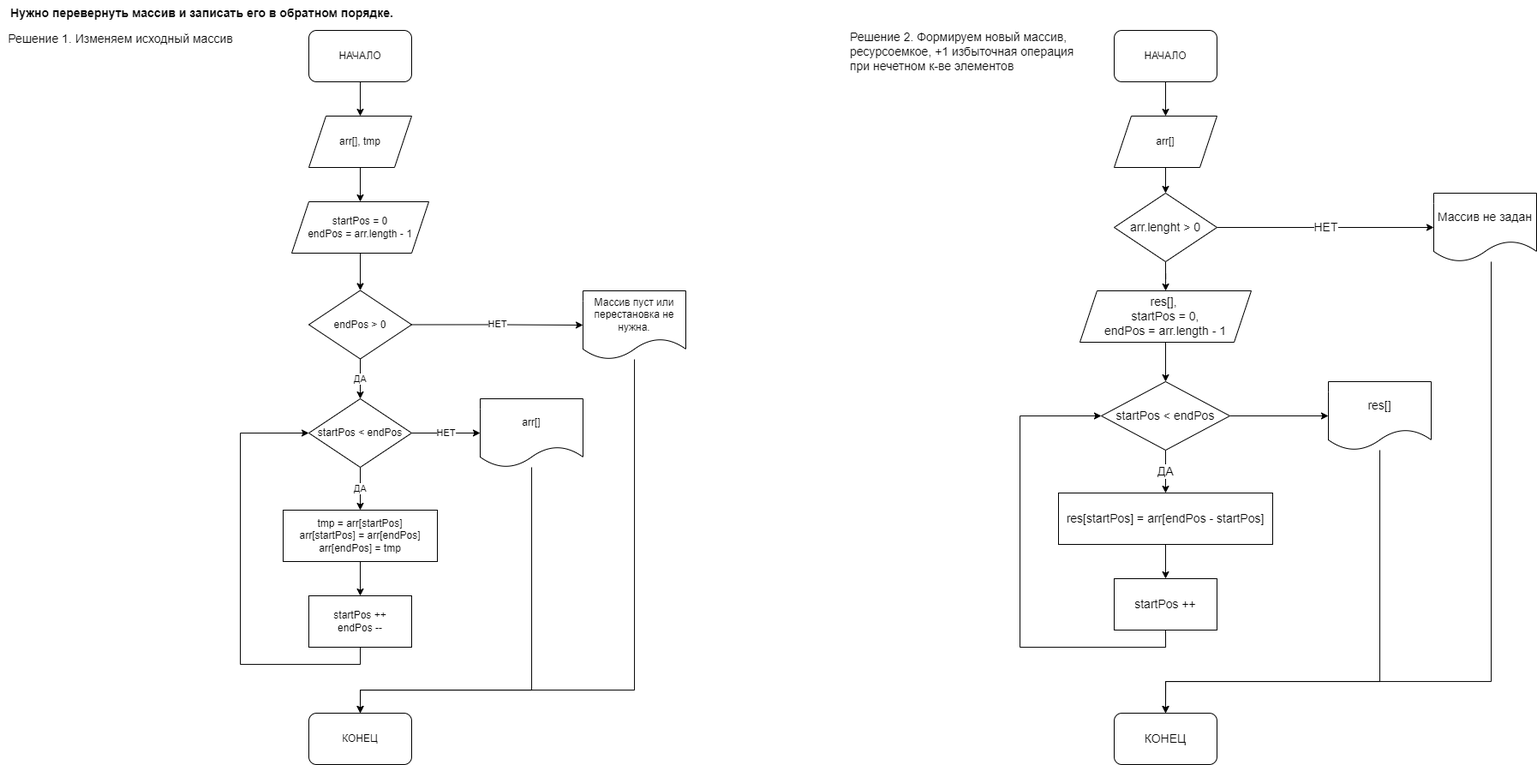
Above: Algorytm/Lesson_02/Task_02/Z2.task2.drawio.png in jokerjam-s/GeekBrainst (draw.io), before the change. Source tidied: cells renumbered, new cells last; positions are measured from the earlier drawing's top-left corner, leaving out a move shared by most shapes. Its diagram source:
```xml
<mxGraphModel background="#ffffff">
  <root>
    <mxCell id="0" />
    <mxCell id="1" parent="0" />
    <mxCell id="2" style="edgeStyle=orthogonalEdgeStyle;rounded=0;jettySize=auto;html=1;exitX=0.5;exitY=1;exitDx=0;exitDy=0;entryX=0.5;entryY=0;entryDx=0;entryDy=0;" parent="1" edge="1" source="3" target="5">
      <mxGeometry relative="1" as="geometry" />
    </mxCell>
    <mxCell id="3" value="НАЧАЛО" style="rounded=1;whiteSpace=wrap;html=1;" parent="1" vertex="1">
      <mxGeometry x="360" y="35" width="120" height="60" as="geometry" />
    </mxCell>
    <mxCell id="4" style="edgeStyle=orthogonalEdgeStyle;rounded=0;jettySize=auto;html=1;exitX=0.5;exitY=1;exitDx=0;exitDy=0;entryX=0.5;entryY=0;entryDx=0;entryDy=0;" parent="1" edge="1" source="5" target="7">
      <mxGeometry relative="1" as="geometry" />
    </mxCell>
    <mxCell id="5" value="arr[], tmp" style="shape=parallelogram;perimeter=parallelogramPerimeter;whiteSpace=wrap;html=1;fixedSize=1;" parent="1" vertex="1">
      <mxGeometry x="360" y="135" width="120" height="60" as="geometry" />
    </mxCell>
    <mxCell id="6" style="edgeStyle=orthogonalEdgeStyle;rounded=0;jettySize=auto;html=1;exitX=0.5;exitY=1;exitDx=0;exitDy=0;entryX=0.5;entryY=0;entryDx=0;entryDy=0;" parent="1" edge="1" source="7" target="10">
      <mxGeometry relative="1" as="geometry" />
    </mxCell>
    <mxCell id="7" value="startPos = 0&lt;br&gt;endPos = arr.length - 1" style="shape=parallelogram;perimeter=parallelogramPerimeter;whiteSpace=wrap;html=1;fixedSize=1;" parent="1" vertex="1">
      <mxGeometry x="340" y="235" width="160" height="60" as="geometry" />
    </mxCell>
    <mxCell id="8" value="НЕТ" style="edgeStyle=orthogonalEdgeStyle;rounded=0;jettySize=auto;html=1;exitX=1;exitY=0.5;exitDx=0;exitDy=0;entryX=0;entryY=0.5;entryDx=0;entryDy=0;" parent="1" edge="1" source="10" target="12">
      <mxGeometry relative="1" as="geometry" />
    </mxCell>
    <mxCell id="9" value="ДА" style="edgeStyle=orthogonalEdgeStyle;rounded=0;jettySize=auto;html=1;exitX=0.5;exitY=1;exitDx=0;exitDy=0;entryX=0.5;entryY=0;entryDx=0;entryDy=0;" parent="1" edge="1" source="10" target="15">
      <mxGeometry relative="1" as="geometry" />
    </mxCell>
    <mxCell id="10" value="endPos &amp;gt; 0" style="rhombus;whiteSpace=wrap;html=1;" parent="1" vertex="1">
      <mxGeometry x="360" y="338.5" width="120" height="80" as="geometry" />
    </mxCell>
    <mxCell id="11" style="edgeStyle=orthogonalEdgeStyle;rounded=0;jettySize=auto;html=1;entryX=0.5;entryY=0;entryDx=0;entryDy=0;" parent="1" edge="1" source="12" target="22">
      <mxGeometry relative="1" as="geometry">
        <Array as="points">
          <mxPoint x="740" y="805" />
          <mxPoint x="420" y="805" />
        </Array>
      </mxGeometry>
    </mxCell>
    <mxCell id="12" value="Массив пуст или перестановка не нужна." style="shape=document;whiteSpace=wrap;html=1;boundedLbl=1;" parent="1" vertex="1">
      <mxGeometry x="680" y="339" width="120" height="80" as="geometry" />
    </mxCell>
    <mxCell id="13" value="НЕТ" style="edgeStyle=orthogonalEdgeStyle;rounded=0;jettySize=auto;html=1;exitX=1;exitY=0.5;exitDx=0;exitDy=0;entryX=0;entryY=0.5;entryDx=0;entryDy=0;" parent="1" edge="1" source="15" target="17">
      <mxGeometry relative="1" as="geometry" />
    </mxCell>
    <mxCell id="14" value="ДА" style="edgeStyle=orthogonalEdgeStyle;rounded=0;jettySize=auto;html=1;exitX=0.5;exitY=1;exitDx=0;exitDy=0;entryX=0.5;entryY=0;entryDx=0;entryDy=0;" parent="1" edge="1" source="15" target="19">
      <mxGeometry relative="1" as="geometry" />
    </mxCell>
    <mxCell id="15" value="startPos &amp;lt; endPos" style="rhombus;whiteSpace=wrap;html=1;" parent="1" vertex="1">
      <mxGeometry x="360" y="465" width="120" height="80" as="geometry" />
    </mxCell>
    <mxCell id="16" style="edgeStyle=orthogonalEdgeStyle;rounded=0;jettySize=auto;html=1;entryX=0.5;entryY=0;entryDx=0;entryDy=0;" parent="1" edge="1" source="17" target="22">
      <mxGeometry relative="1" as="geometry">
        <Array as="points">
          <mxPoint x="620" y="805" />
          <mxPoint x="420" y="805" />
        </Array>
      </mxGeometry>
    </mxCell>
    <mxCell id="17" value="arr[]" style="shape=document;whiteSpace=wrap;html=1;boundedLbl=1;" parent="1" vertex="1">
      <mxGeometry x="560" y="465" width="120" height="80" as="geometry" />
    </mxCell>
    <mxCell id="18" style="edgeStyle=orthogonalEdgeStyle;rounded=0;jettySize=auto;html=1;exitX=0.5;exitY=1;exitDx=0;exitDy=0;entryX=0.5;entryY=0;entryDx=0;entryDy=0;" parent="1" edge="1" source="19" target="21">
      <mxGeometry relative="1" as="geometry" />
    </mxCell>
    <mxCell id="19" value="tmp = arr[startPos]&lt;br&gt;arr[startPos] = arr[endPos]&lt;br&gt;arr[endPos] = tmp" style="rounded=0;whiteSpace=wrap;html=1;" parent="1" vertex="1">
      <mxGeometry x="330" y="595" width="180" height="60" as="geometry" />
    </mxCell>
    <mxCell id="20" style="edgeStyle=orthogonalEdgeStyle;rounded=0;jettySize=auto;html=1;exitX=0.5;exitY=1;exitDx=0;exitDy=0;entryX=0;entryY=0.5;entryDx=0;entryDy=0;" parent="1" edge="1" source="21" target="15">
      <mxGeometry relative="1" as="geometry">
        <Array as="points">
          <mxPoint x="420" y="775" />
          <mxPoint x="280" y="775" />
          <mxPoint x="280" y="505" />
        </Array>
      </mxGeometry>
    </mxCell>
    <mxCell id="21" value="startPos ++&lt;br&gt;endPos --" style="rounded=0;whiteSpace=wrap;html=1;" parent="1" vertex="1">
      <mxGeometry x="360" y="695" width="120" height="60" as="geometry" />
    </mxCell>
    <mxCell id="22" value="КОНЕЦ" style="rounded=1;whiteSpace=wrap;html=1;" parent="1" vertex="1">
      <mxGeometry x="360" y="832" width="120" height="60" as="geometry" />
    </mxCell>
    <mxCell id="23" value="&lt;span style=&quot;background-color: rgb(255, 255, 255); font-size: 14px;&quot;&gt;Нужно перевернуть массив и записать его в обратном порядке.&lt;/span&gt;" style="text;html=1;align=center;verticalAlign=middle;strokeColor=none;fillColor=none;sketch=0;fontStyle=1;spacing=4;fontSize=14;" parent="1" vertex="1">
      <mxGeometry width="470" height="30" as="geometry" />
    </mxCell>
    <mxCell id="24" value="Решение 1. Изменяем исходный массив" style="text;html=1;align=center;verticalAlign=middle;fillColor=none;strokeColor=none;rounded=0;labelBackgroundColor=#FFFFFF;sketch=0;fontSize=14;fontColor=#000000;" parent="1" vertex="1">
      <mxGeometry y="35" width="280" height="20" as="geometry" />
    </mxCell>
    <mxCell id="25" value="Решение 2. Формируем&amp;nbsp;новый массив,&lt;br&gt;&lt;div&gt;ресурсоемкое, +1 избыточная операция &lt;br&gt;при нечетном к-ве элементов&lt;/div&gt;" style="text;html=1;align=left;verticalAlign=middle;fillColor=none;strokeColor=none;rounded=0;labelBackgroundColor=#FFFFFF;sketch=0;fontSize=14;fontColor=#000000;" parent="1" vertex="1">
      <mxGeometry x="990" y="30" width="280" height="60" as="geometry" />
    </mxCell>
    <mxCell id="26" style="edgeStyle=orthogonalEdgeStyle;rounded=0;jettySize=auto;html=1;exitX=0.5;exitY=1;exitDx=0;exitDy=0;fontSize=14;fontColor=#000000;" parent="1" edge="1" source="27" target="29">
      <mxGeometry relative="1" as="geometry" />
    </mxCell>
    <mxCell id="27" value="НАЧАЛО" style="rounded=1;whiteSpace=wrap;html=1;" parent="1" vertex="1">
      <mxGeometry x="1300" y="35" width="120" height="60" as="geometry" />
    </mxCell>
    <mxCell id="28" style="edgeStyle=orthogonalEdgeStyle;rounded=0;jettySize=auto;html=1;exitX=0.5;exitY=1;exitDx=0;exitDy=0;entryX=0.5;entryY=0;entryDx=0;entryDy=0;fontSize=14;fontColor=#000000;" parent="1" edge="1" source="29" target="32">
      <mxGeometry relative="1" as="geometry" />
    </mxCell>
    <mxCell id="29" value="arr[]" style="shape=parallelogram;perimeter=parallelogramPerimeter;whiteSpace=wrap;html=1;fixedSize=1;" parent="1" vertex="1">
      <mxGeometry x="1300" y="135" width="120" height="60" as="geometry" />
    </mxCell>
    <mxCell id="30" value="НЕТ" style="edgeStyle=orthogonalEdgeStyle;rounded=0;jettySize=auto;html=1;exitX=1;exitY=0.5;exitDx=0;exitDy=0;entryX=0;entryY=0.5;entryDx=0;entryDy=0;fontSize=14;fontColor=#000000;" parent="1" edge="1" source="32" target="34">
      <mxGeometry relative="1" as="geometry" />
    </mxCell>
    <mxCell id="31" style="edgeStyle=orthogonalEdgeStyle;rounded=0;jettySize=auto;html=1;exitX=0.5;exitY=1;exitDx=0;exitDy=0;fontSize=14;fontColor=#000000;" parent="1" edge="1" source="32" target="36">
      <mxGeometry relative="1" as="geometry" />
    </mxCell>
    <mxCell id="32" value="arr.lenght &amp;gt; 0" style="rhombus;whiteSpace=wrap;html=1;labelBackgroundColor=#FFFFFF;sketch=0;fontSize=14;fontColor=#000000;" parent="1" vertex="1">
      <mxGeometry x="1300" y="225" width="120" height="80" as="geometry" />
    </mxCell>
    <mxCell id="33" style="edgeStyle=orthogonalEdgeStyle;rounded=0;jettySize=auto;html=1;entryX=0.5;entryY=0;entryDx=0;entryDy=0;fontSize=14;fontColor=#000000;" parent="1" edge="1" source="34" target="46">
      <mxGeometry relative="1" as="geometry">
        <Array as="points">
          <mxPoint x="1740" y="795" />
          <mxPoint x="1360" y="795" />
        </Array>
      </mxGeometry>
    </mxCell>
    <mxCell id="34" value="Массив не задан" style="shape=document;whiteSpace=wrap;html=1;boundedLbl=1;labelBackgroundColor=#FFFFFF;sketch=0;fontSize=14;fontColor=#000000;" parent="1" vertex="1">
      <mxGeometry x="1673" y="225" width="120" height="80" as="geometry" />
    </mxCell>
    <mxCell id="35" style="edgeStyle=orthogonalEdgeStyle;rounded=0;jettySize=auto;html=1;exitX=0.5;exitY=1;exitDx=0;exitDy=0;entryX=0.5;entryY=0;entryDx=0;entryDy=0;fontSize=14;fontColor=#000000;" parent="1" edge="1" source="36" target="39">
      <mxGeometry relative="1" as="geometry" />
    </mxCell>
    <mxCell id="36" value="res[],&amp;nbsp;&lt;br&gt;startPos = 0,&lt;br&gt;endPos = arr.length - 1" style="shape=parallelogram;perimeter=parallelogramPerimeter;whiteSpace=wrap;html=1;fixedSize=1;labelBackgroundColor=#FFFFFF;sketch=0;fontSize=14;fontColor=#000000;" parent="1" vertex="1">
      <mxGeometry x="1260" y="339" width="200" height="60" as="geometry" />
    </mxCell>
    <mxCell id="37" value="ДА" style="edgeStyle=orthogonalEdgeStyle;rounded=0;jettySize=auto;html=1;exitX=0.5;exitY=1;exitDx=0;exitDy=0;entryX=0.5;entryY=0;entryDx=0;entryDy=0;fontSize=14;fontColor=#000000;" parent="1" edge="1" source="39" target="41">
      <mxGeometry relative="1" as="geometry" />
    </mxCell>
    <mxCell id="38" style="edgeStyle=orthogonalEdgeStyle;rounded=0;jettySize=auto;html=1;exitX=1;exitY=0.5;exitDx=0;exitDy=0;fontSize=14;fontColor=#000000;" parent="1" edge="1" source="39" target="45">
      <mxGeometry relative="1" as="geometry" />
    </mxCell>
    <mxCell id="39" value="startPos &amp;lt; endPos" style="rhombus;whiteSpace=wrap;html=1;labelBackgroundColor=#FFFFFF;sketch=0;fontSize=14;fontColor=#000000;" parent="1" vertex="1">
      <mxGeometry x="1285" y="445" width="150" height="80" as="geometry" />
    </mxCell>
    <mxCell id="40" style="edgeStyle=orthogonalEdgeStyle;rounded=0;jettySize=auto;html=1;exitX=0.5;exitY=1;exitDx=0;exitDy=0;entryX=0.5;entryY=0;entryDx=0;entryDy=0;fontSize=14;fontColor=#000000;" parent="1" edge="1" source="41" target="43">
      <mxGeometry relative="1" as="geometry" />
    </mxCell>
    <mxCell id="41" value="res[startPos] = arr[endPos - startPos]" style="rounded=0;whiteSpace=wrap;html=1;labelBackgroundColor=#FFFFFF;sketch=0;fontSize=14;fontColor=#000000;" parent="1" vertex="1">
      <mxGeometry x="1235" y="575" width="250" height="60" as="geometry" />
    </mxCell>
    <mxCell id="42" style="edgeStyle=orthogonalEdgeStyle;rounded=0;jettySize=auto;html=1;exitX=0.5;exitY=1;exitDx=0;exitDy=0;entryX=0;entryY=0.5;entryDx=0;entryDy=0;fontSize=14;fontColor=#000000;" parent="1" edge="1" source="43" target="39">
      <mxGeometry relative="1" as="geometry">
        <Array as="points">
          <mxPoint x="1360" y="755" />
          <mxPoint x="1190" y="755" />
          <mxPoint x="1190" y="485" />
        </Array>
      </mxGeometry>
    </mxCell>
    <mxCell id="43" value="startPos ++" style="rounded=0;whiteSpace=wrap;html=1;labelBackgroundColor=#FFFFFF;sketch=0;fontSize=14;fontColor=#000000;" parent="1" vertex="1">
      <mxGeometry x="1300" y="675" width="120" height="60" as="geometry" />
    </mxCell>
    <mxCell id="44" style="edgeStyle=orthogonalEdgeStyle;rounded=0;jettySize=auto;html=1;entryX=0.5;entryY=0;entryDx=0;entryDy=0;fontSize=14;fontColor=#000000;" parent="1" edge="1" source="45" target="46">
      <mxGeometry relative="1" as="geometry">
        <Array as="points">
          <mxPoint x="1610" y="795" />
          <mxPoint x="1360" y="795" />
        </Array>
      </mxGeometry>
    </mxCell>
    <mxCell id="45" value="res[]" style="shape=document;whiteSpace=wrap;html=1;boundedLbl=1;labelBackgroundColor=#FFFFFF;sketch=0;fontSize=14;fontColor=#000000;" parent="1" vertex="1">
      <mxGeometry x="1550" y="445" width="120" height="80" as="geometry" />
    </mxCell>
    <mxCell id="46" value="КОНЕЦ" style="rounded=1;whiteSpace=wrap;html=1;labelBackgroundColor=#FFFFFF;sketch=0;fontSize=14;fontColor=#000000;" parent="1" vertex="1">
      <mxGeometry x="1300" y="832" width="120" height="60" as="geometry" />
    </mxCell>
  </root>
</mxGraphModel>
```
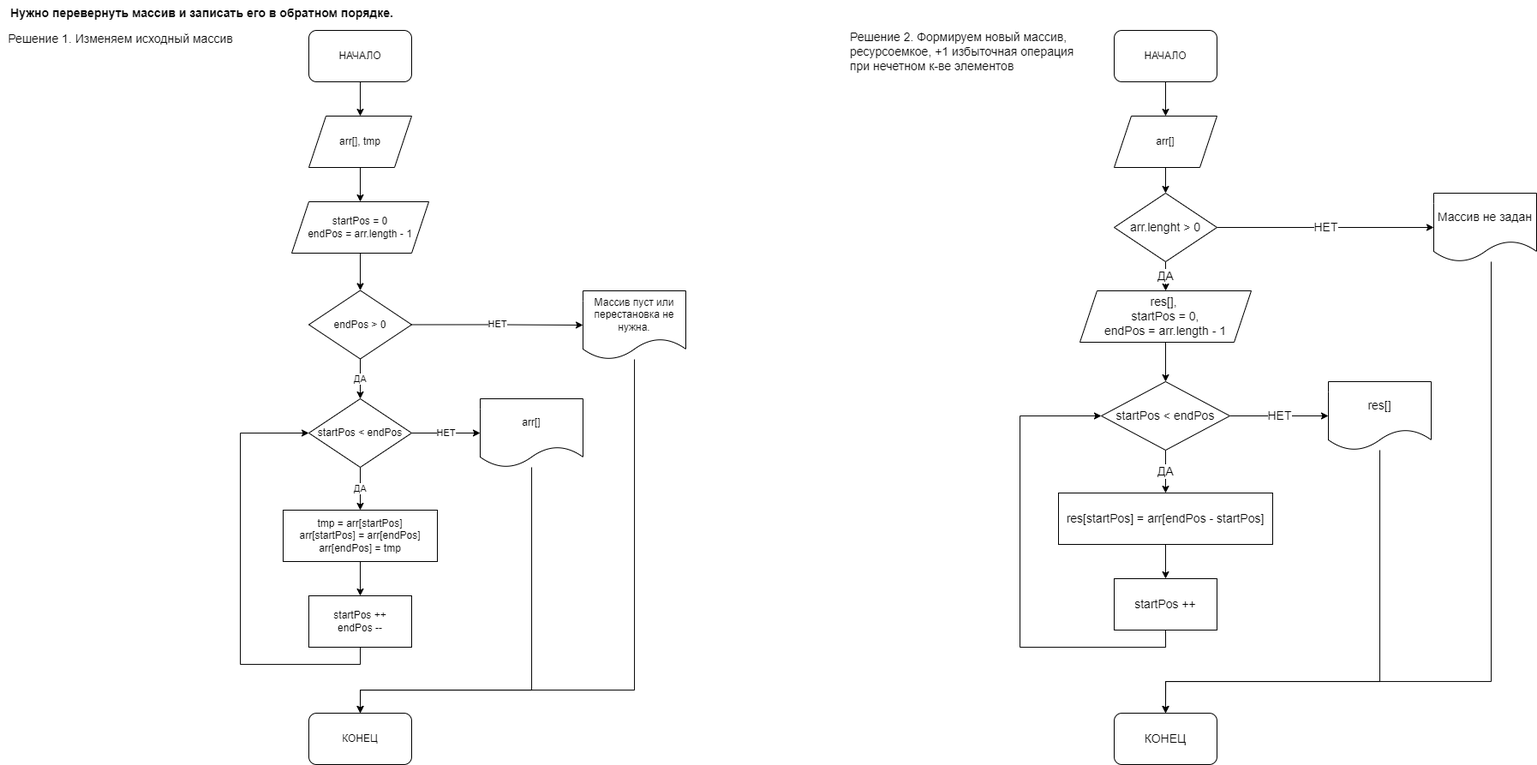
After the change.

What changed in the source:
```diff
@@ -105,7 +105,7 @@
     <mxCell id="30" value="НЕТ" style="edgeStyle=orthogonalEdgeStyle;rounded=0;jettySize=auto;html=1;exitX=1;exitY=0.5;exitDx=0;exitDy=0;entryX=0;entryY=0.5;entryDx=0;entryDy=0;fontSize=14;fontColor=#000000;" parent="1" edge="1" source="32" target="34">
       <mxGeometry relative="1" as="geometry" />
     </mxCell>
-    <mxCell id="31" style="edgeStyle=orthogonalEdgeStyle;rounded=0;jettySize=auto;html=1;exitX=0.5;exitY=1;exitDx=0;exitDy=0;fontSize=14;fontColor=#000000;" parent="1" edge="1" source="32" target="36">
+    <mxCell id="31" value="ДА" style="edgeStyle=orthogonalEdgeStyle;rounded=0;jettySize=auto;html=1;exitX=0.5;exitY=1;exitDx=0;exitDy=0;fontSize=14;fontColor=#000000;" parent="1" edge="1" source="32" target="36">
       <mxGeometry relative="1" as="geometry" />
     </mxCell>
     <mxCell id="32" value="arr.lenght &amp;gt; 0" style="rhombus;whiteSpace=wrap;html=1;labelBackgroundColor=#FFFFFF;sketch=0;fontSize=14;fontColor=#000000;" parent="1" vertex="1">
@@ -131,7 +131,7 @@
     <mxCell id="37" value="ДА" style="edgeStyle=orthogonalEdgeStyle;rounded=0;jettySize=auto;html=1;exitX=0.5;exitY=1;exitDx=0;exitDy=0;entryX=0.5;entryY=0;entryDx=0;entryDy=0;fontSize=14;fontColor=#000000;" parent="1" edge="1" source="39" target="41">
       <mxGeometry relative="1" as="geometry" />
     </mxCell>
-    <mxCell id="38" style="edgeStyle=orthogonalEdgeStyle;rounded=0;jettySize=auto;html=1;exitX=1;exitY=0.5;exitDx=0;exitDy=0;fontSize=14;fontColor=#000000;" parent="1" edge="1" source="39" target="45">
+    <mxCell id="38" value="НЕТ" style="edgeStyle=orthogonalEdgeStyle;rounded=0;jettySize=auto;html=1;exitX=1;exitY=0.5;exitDx=0;exitDy=0;fontSize=14;fontColor=#000000;" parent="1" edge="1" source="39" target="45">
       <mxGeometry relative="1" as="geometry" />
     </mxCell>
     <mxCell id="39" value="startPos &amp;lt; endPos" style="rhombus;whiteSpace=wrap;html=1;labelBackgroundColor=#FFFFFF;sketch=0;fontSize=14;fontColor=#000000;" parent="1" vertex="1">
```
